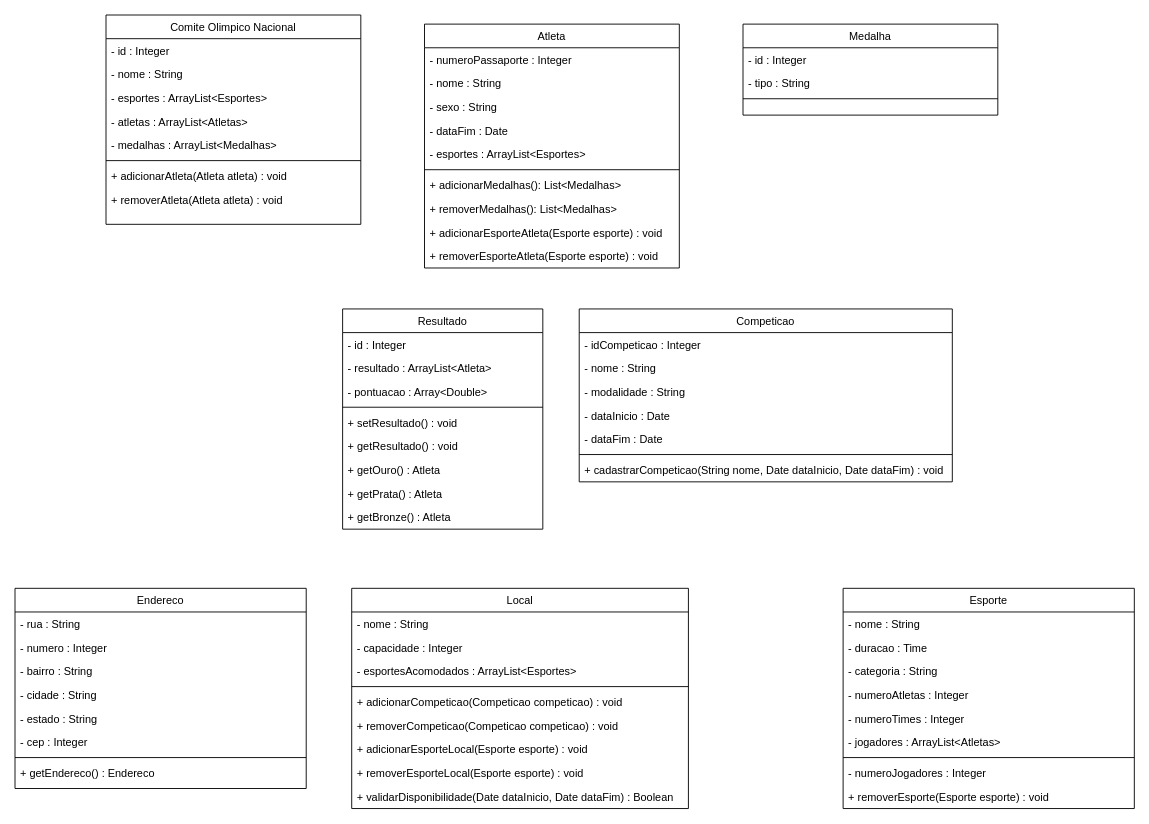
Above: docs/modelagens/Sistema de Gestão das Olimpíadas (SGO).drawio in JulyaMoreyra/projeto-de-software-sgo (draw.io), before the change. Source tidied: cells renumbered, new cells numbered last; positions are measured from the earlier drawing's top-left corner, leaving out a move shared by most shapes. Both pictures are drawn from the tidied source at 91%, with x=0, y=0 at pixel (15, 15).
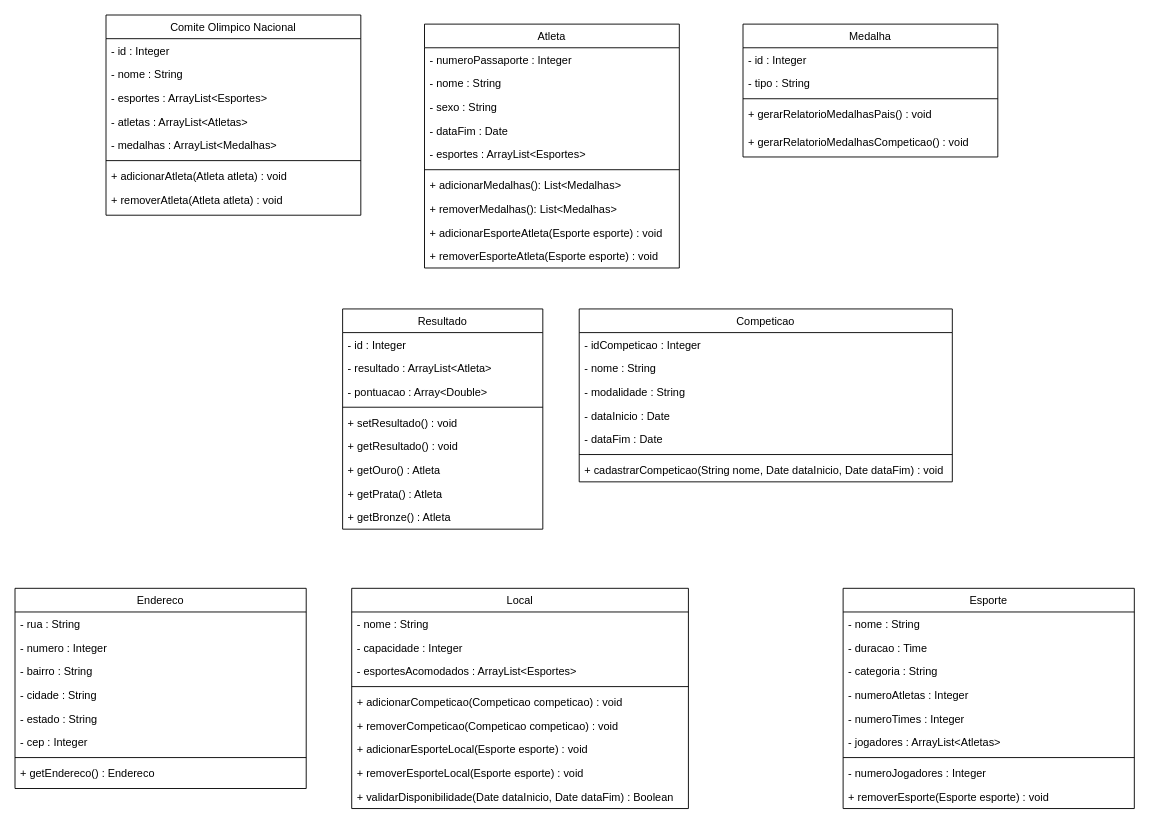
Above is the later version.

Commit message:
docs: adiconao metodos

What changed in the source:
```diff
@@
     <mxCell id="60" value="Medalha" style="swimlane;fontStyle=0;align=center;verticalAlign=top;horizontal=1;startSize=26;rounded=0;shadow=0;strokeWidth=1;" parent="1" vertex="1">
-      <mxGeometry x="800" y="10" width="280" height="100" as="geometry" />
+      <mxGeometry x="800" y="10" width="280" height="146" as="geometry" />
     </mxCell>
@@
+    <mxCell id="73" value="+ gerarRelatorioMedalhasPais() : void" style="text;align=left;verticalAlign=top;spacingLeft=4;spacingRight=4;overflow=hidden;" parent="60" vertex="1">
+      <mxGeometry y="86" width="280" height="30" as="geometry" />
+    </mxCell>
+    <mxCell id="74" value="+ gerarRelatorioMedalhasCompeticao() : void" style="text;align=left;verticalAlign=top;spacingLeft=4;spacingRight=4;overflow=hidden;" parent="60" vertex="1">
+      <mxGeometry y="116" width="280" height="30" as="geometry" />
+    </mxCell>
     <mxCell id="64" value="Comite Olimpico Nacional" style="swimlane;fontStyle=0;align=center;verticalAlign=top;horizontal=1;startSize=26;rounded=0;shadow=0;strokeWidth=1;" parent="1" vertex="1">
-      <mxGeometry x="100" width="280" height="230" as="geometry" />
+      <mxGeometry x="100" width="280" height="220" as="geometry" />
     </mxCell>
```
